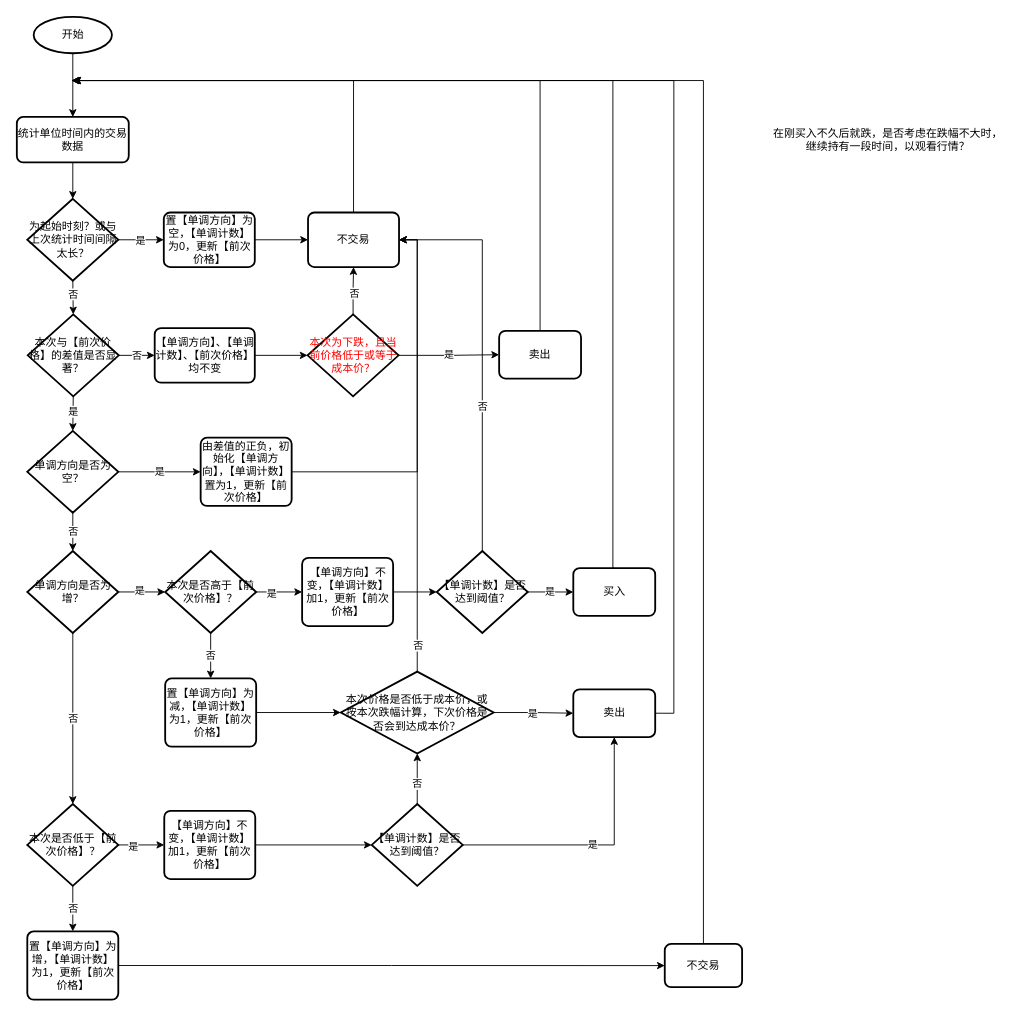
Above: trading.drawio in haycheng/draw.io (draw.io), before the change. Source tidied: cells renumbered, new cells numbered last; positions are measured from the earlier drawing's top-left corner, leaving out a move shared by most shapes. Both pictures are drawn from the tidied source at 91%, with x=0, y=0 at pixel (16, 16).
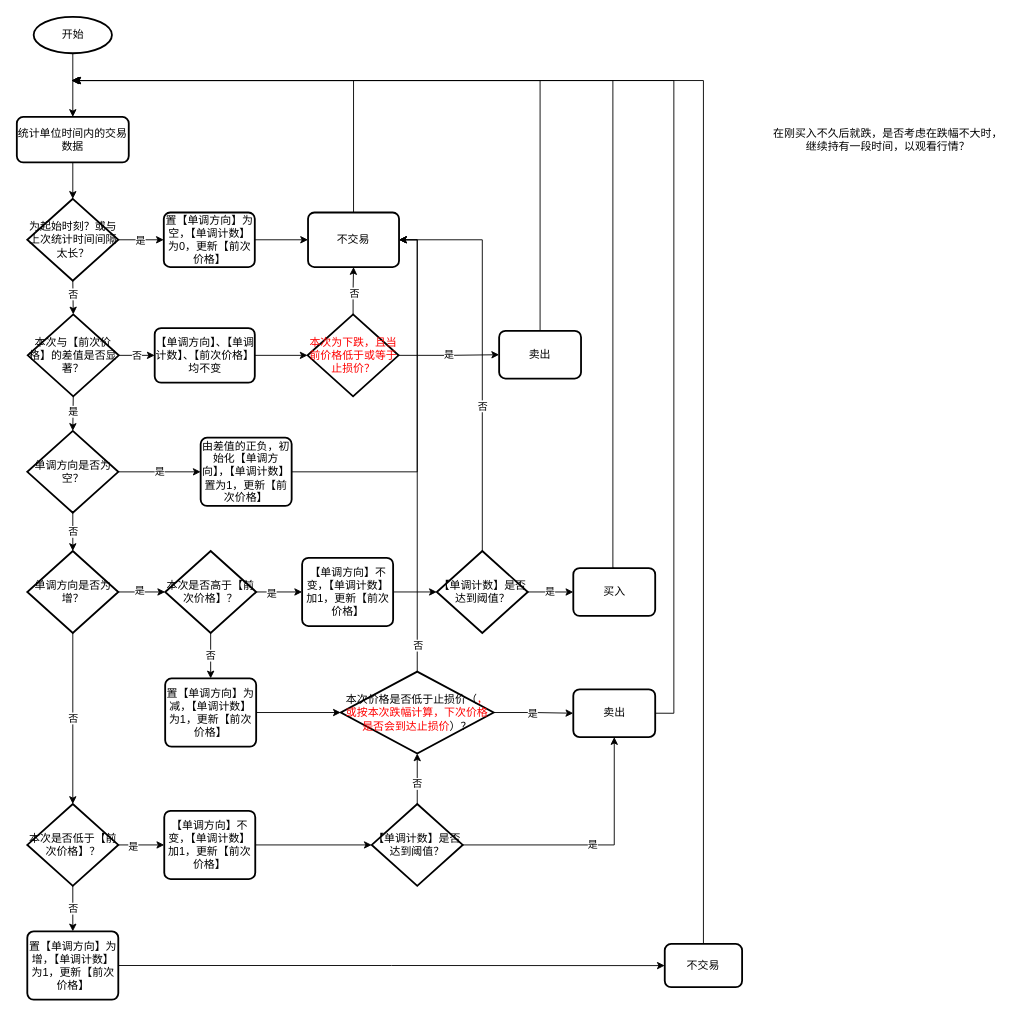
The same page after the edit.

The edit, as a diff of the source:
```diff
@@
-    <mxCell id="59" value="本次价格是否低于成本价，或按本次跌幅计算，下次价格是否会到达成本价？" style="strokeWidth=2;html=1;shape=mxgraph.flowchart.decision;whiteSpace=wrap;" parent="1" vertex="1">
+    <mxCell id="59" value="本次价格是否低于止损价（&lt;font color=&quot;#ff0000&quot;&gt;，或按本次跌幅计算，下次价格是否会到达止损价&lt;/font&gt;）？" style="strokeWidth=2;html=1;shape=mxgraph.flowchart.decision;whiteSpace=wrap;" parent="1" vertex="1">
       <mxGeometry x="356" y="719.5" width="168" height="90" as="geometry" />
     </mxCell>
@@
-    <mxCell id="67" value="本次为下跌，且当前价格低于或等于成本价？" style="strokeWidth=2;html=1;shape=mxgraph.flowchart.decision;whiteSpace=wrap;fontColor=#FF0000;" parent="1" vertex="1">
+    <mxCell id="67" value="本次为下跌，且当前价格低于或等于止损价？" style="strokeWidth=2;html=1;shape=mxgraph.flowchart.decision;whiteSpace=wrap;fontColor=#FF0000;" parent="1" vertex="1">
       <mxGeometry x="319.5" y="327" width="100" height="90" as="geometry" />
     </mxCell>
```
